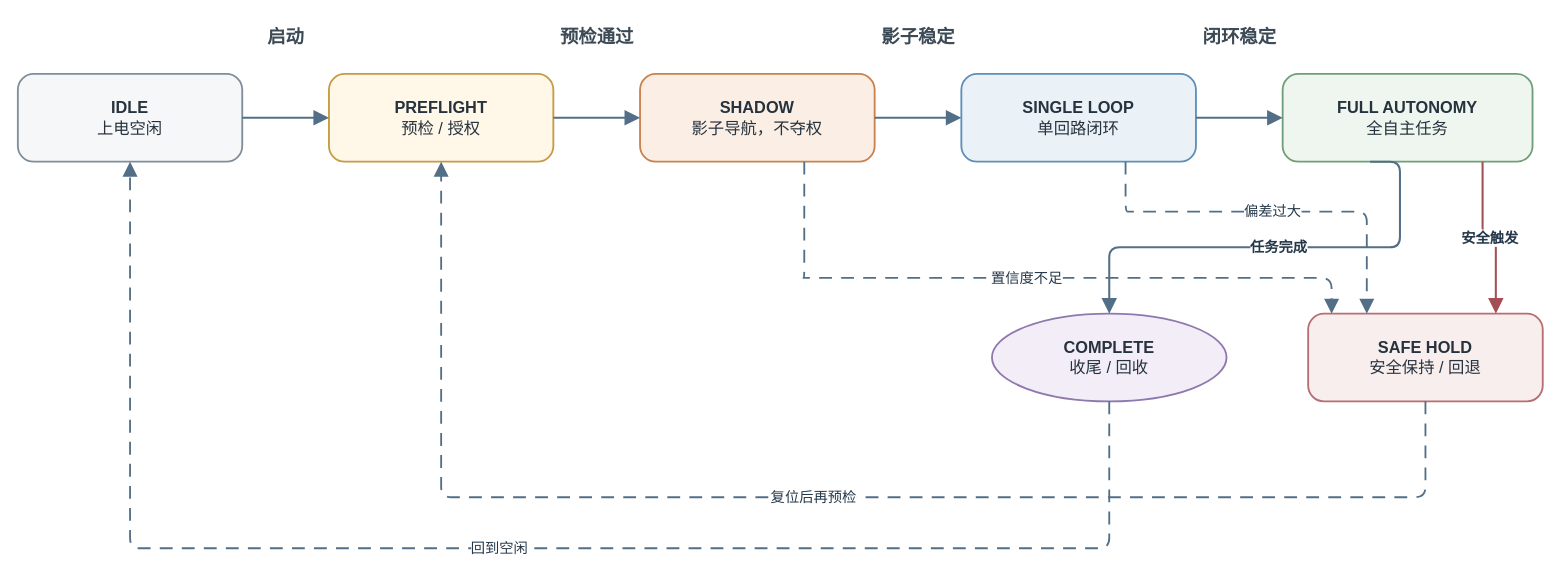
This is docs/thesis/figures/architecture/auv_v2_mission_state_machine.drawio from 360ZMEM/AUV-Master-Project, a draw.io file, before an edit. Source tidied: cells renumbered, new cells numbered last; positions are measured from the earlier drawing's top-left corner, leaving out a move shared by most shapes. Both pictures are drawn from the tidied source at 102%, with x=0, y=0 at pixel (17, 17).
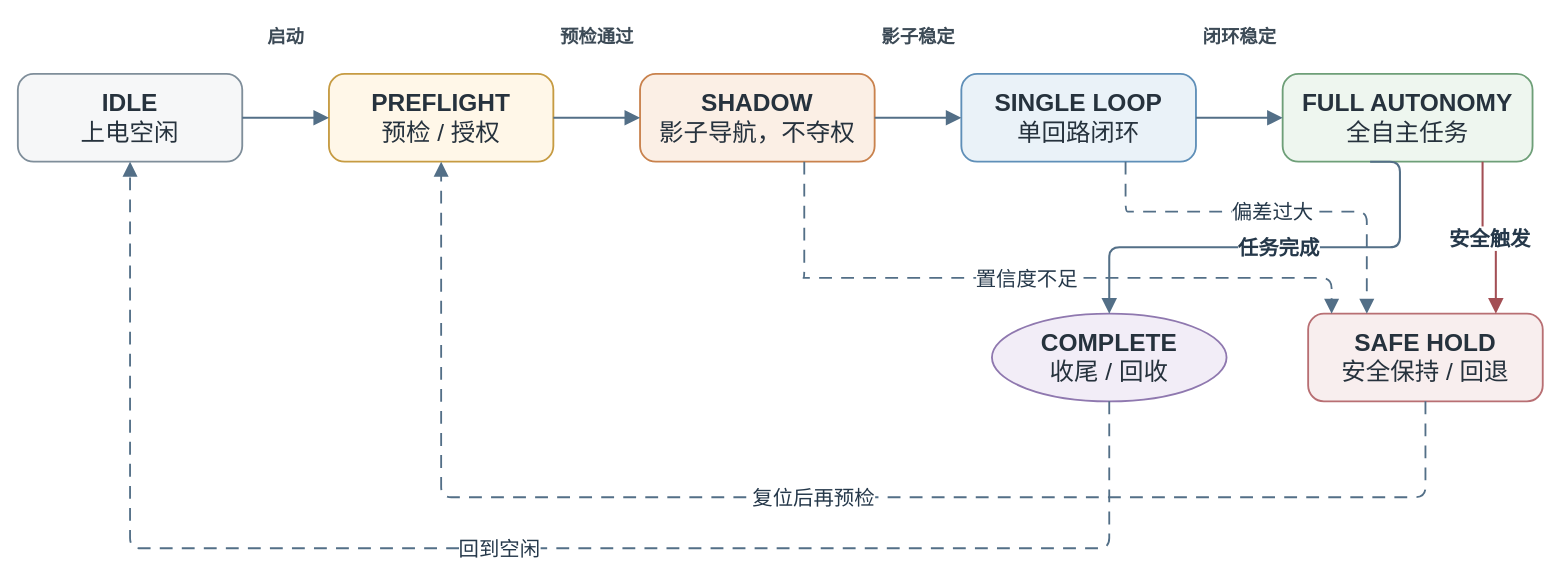
After the change.

Change to the diagram source:
```diff
@@
-    <mxCell id="2" value="&lt;b&gt;IDLE&lt;/b&gt;&lt;br&gt;上电空闲" style="rounded=1;arcSize=18;whiteSpace=wrap;html=1;align=center;verticalAlign=middle;fillColor=#F6F7F8;strokeColor=#7F8E9A;strokeWidth=1.8;spacing=8;fontFamily=Songti SC;fontSize=16;fontColor=#26323D;" parent="1" vertex="1">
+    <mxCell id="2" value="&lt;b&gt;IDLE&lt;/b&gt;&lt;br&gt;上电空闲" style="rounded=1;arcSize=18;whiteSpace=wrap;html=1;align=center;verticalAlign=middle;fillColor=#F6F7F8;strokeColor=#7F8E9A;strokeWidth=1.8;spacing=8;fontFamily=Songti SC;fontSize=24;fontColor=#26323D;" parent="1" vertex="1">
       <mxGeometry y="55" width="220" height="86" as="geometry" />
     </mxCell>
-    <mxCell id="3" value="&lt;b&gt;PREFLIGHT&lt;/b&gt;&lt;br&gt;预检 / 授权" style="rounded=1;arcSize=18;whiteSpace=wrap;html=1;align=center;verticalAlign=middle;fillColor=#FFF7E8;strokeColor=#C69B42;strokeWidth=1.8;spacing=8;fontFamily=Songti SC;fontSize=16;fontColor=#26323D;" parent="1" vertex="1">
+    <mxCell id="3" value="&lt;b&gt;PREFLIGHT&lt;/b&gt;&lt;br&gt;预检 / 授权" style="rounded=1;arcSize=18;whiteSpace=wrap;html=1;align=center;verticalAlign=middle;fillColor=#FFF7E8;strokeColor=#C69B42;strokeWidth=1.8;spacing=8;fontFamily=Songti SC;fontSize=24;fontColor=#26323D;" parent="1" vertex="1">
       <mxGeometry x="305" y="55" width="220" height="86" as="geometry" />
     </mxCell>
-    <mxCell id="4" value="&lt;b&gt;SHADOW&lt;/b&gt;&lt;br&gt;影子导航，不夺权" style="rounded=1;arcSize=18;whiteSpace=wrap;html=1;align=center;verticalAlign=middle;fillColor=#FBEFE5;strokeColor=#C9824D;strokeWidth=1.8;spacing=8;fontFamily=Songti SC;fontSize=16;fontColor=#26323D;" parent="1" vertex="1">
+    <mxCell id="4" value="&lt;b&gt;SHADOW&lt;/b&gt;&lt;br&gt;影子导航，不夺权" style="rounded=1;arcSize=18;whiteSpace=wrap;html=1;align=center;verticalAlign=middle;fillColor=#FBEFE5;strokeColor=#C9824D;strokeWidth=1.8;spacing=8;fontFamily=Songti SC;fontSize=24;fontColor=#26323D;" parent="1" vertex="1">
       <mxGeometry x="610" y="55" width="230" height="86" as="geometry" />
     </mxCell>
-    <mxCell id="5" value="&lt;b&gt;SINGLE LOOP&lt;/b&gt;&lt;br&gt;单回路闭环" style="rounded=1;arcSize=18;whiteSpace=wrap;html=1;align=center;verticalAlign=middle;fillColor=#EAF2F8;strokeColor=#5F8FB8;strokeWidth=1.8;spacing=8;fontFamily=Songti SC;fontSize=16;fontColor=#26323D;" parent="1" vertex="1">
+    <mxCell id="5" value="&lt;b&gt;SINGLE LOOP&lt;/b&gt;&lt;br&gt;单回路闭环" style="rounded=1;arcSize=18;whiteSpace=wrap;html=1;align=center;verticalAlign=middle;fillColor=#EAF2F8;strokeColor=#5F8FB8;strokeWidth=1.8;spacing=8;fontFamily=Songti SC;fontSize=24;fontColor=#26323D;" parent="1" vertex="1">
       <mxGeometry x="925" y="55" width="230" height="86" as="geometry" />
     </mxCell>
-    <mxCell id="6" value="&lt;b&gt;FULL AUTONOMY&lt;/b&gt;&lt;br&gt;全自主任务" style="rounded=1;arcSize=18;whiteSpace=wrap;html=1;align=center;verticalAlign=middle;fillColor=#EEF6EF;strokeColor=#6E9F78;strokeWidth=1.8;spacing=8;fontFamily=Songti SC;fontSize=16;fontColor=#26323D;" parent="1" vertex="1">
+    <mxCell id="6" value="&lt;b&gt;FULL AUTONOMY&lt;/b&gt;&lt;br&gt;全自主任务" style="rounded=1;arcSize=18;whiteSpace=wrap;html=1;align=center;verticalAlign=middle;fillColor=#EEF6EF;strokeColor=#6E9F78;strokeWidth=1.8;spacing=8;fontFamily=Songti SC;fontSize=24;fontColor=#26323D;" parent="1" vertex="1">
       <mxGeometry x="1240" y="55" width="245" height="86" as="geometry" />
     </mxCell>
-    <mxCell id="7" value="&lt;b&gt;COMPLETE&lt;/b&gt;&lt;br&gt;收尾 / 回收" style="ellipse;whiteSpace=wrap;html=1;align=center;verticalAlign=middle;fillColor=#F2EDF7;strokeColor=#8F78AF;strokeWidth=1.8;spacing=8;fontFamily=Songti SC;fontSize=16;fontColor=#26323D;" parent="1" vertex="1">
+    <mxCell id="7" value="&lt;b&gt;COMPLETE&lt;/b&gt;&lt;br&gt;收尾 / 回收" style="ellipse;whiteSpace=wrap;html=1;align=center;verticalAlign=middle;fillColor=#F2EDF7;strokeColor=#8F78AF;strokeWidth=1.8;spacing=8;fontFamily=Songti SC;fontSize=24;fontColor=#26323D;" parent="1" vertex="1">
       <mxGeometry x="955" y="290" width="230" height="86" as="geometry" />
     </mxCell>
-    <mxCell id="8" value="&lt;b&gt;SAFE HOLD&lt;/b&gt;&lt;br&gt;安全保持 / 回退" style="rounded=1;arcSize=18;whiteSpace=wrap;html=1;align=center;verticalAlign=middle;fillColor=#F8EEEE;strokeColor=#B86F73;strokeWidth=1.8;spacing=8;fontFamily=Songti SC;fontSize=16;fontColor=#26323D;" parent="1" vertex="1">
+    <mxCell id="8" value="&lt;b&gt;SAFE HOLD&lt;/b&gt;&lt;br&gt;安全保持 / 回退" style="rounded=1;arcSize=18;whiteSpace=wrap;html=1;align=center;verticalAlign=middle;fillColor=#F8EEEE;strokeColor=#B86F73;strokeWidth=1.8;spacing=8;fontFamily=Songti SC;fontSize=24;fontColor=#26323D;" parent="1" vertex="1">
       <mxGeometry x="1265" y="290" width="230" height="86" as="geometry" />
     </mxCell>
@@
-    <mxCell id="10" style="edgeStyle=orthogonalEdgeStyle;rounded=1;jettySize=auto;html=1;strokeColor=#536F87;strokeWidth=2.0;fontFamily=Songti SC;fontSize=14;fontStyle=1;fontColor=#25384A;labelBackgroundColor=#FFFFFF;labelBorderColor=none;endArrow=block;endFill=1;endSize=10;exitX=1;entryX=0;" parent="1" edge="1" source="2" target="3">
+    <mxCell id="10" style="edgeStyle=orthogonalEdgeStyle;rounded=1;jettySize=auto;html=1;strokeColor=#536F87;strokeWidth=2.0;fontFamily=Songti SC;fontSize=20;fontStyle=1;fontColor=#25384A;labelBackgroundColor=#FFFFFF;labelBorderColor=none;endArrow=block;endFill=1;endSize=10;exitX=1;entryX=0;" parent="1" edge="1" source="2" target="3">
       <mxGeometry relative="1" as="geometry" />
     </mxCell>
@@
-    <mxCell id="12" style="edgeStyle=orthogonalEdgeStyle;rounded=1;jettySize=auto;html=1;strokeColor=#536F87;strokeWidth=2.0;fontFamily=Songti SC;fontSize=14;fontStyle=1;fontColor=#25384A;labelBackgroundColor=#FFFFFF;labelBorderColor=none;endArrow=block;endFill=1;endSize=10;exitX=1;entryX=0;" parent="1" edge="1" source="3" target="4">
+    <mxCell id="12" style="edgeStyle=orthogonalEdgeStyle;rounded=1;jettySize=auto;html=1;strokeColor=#536F87;strokeWidth=2.0;fontFamily=Songti SC;fontSize=20;fontStyle=1;fontColor=#25384A;labelBackgroundColor=#FFFFFF;labelBorderColor=none;endArrow=block;endFill=1;endSize=10;exitX=1;entryX=0;" parent="1" edge="1" source="3" target="4">
       <mxGeometry relative="1" as="geometry" />
     </mxCell>
@@
-    <mxCell id="14" style="edgeStyle=orthogonalEdgeStyle;rounded=1;jettySize=auto;html=1;strokeColor=#536F87;strokeWidth=2.0;fontFamily=Songti SC;fontSize=14;fontStyle=1;fontColor=#25384A;labelBackgroundColor=#FFFFFF;labelBorderColor=none;endArrow=block;endFill=1;endSize=10;exitX=1;entryX=0;" parent="1" edge="1" source="4" target="5">
+    <mxCell id="14" style="edgeStyle=orthogonalEdgeStyle;rounded=1;jettySize=auto;html=1;strokeColor=#536F87;strokeWidth=2.0;fontFamily=Songti SC;fontSize=20;fontStyle=1;fontColor=#25384A;labelBackgroundColor=#FFFFFF;labelBorderColor=none;endArrow=block;endFill=1;endSize=10;exitX=1;entryX=0;" parent="1" edge="1" source="4" target="5">
       <mxGeometry relative="1" as="geometry" />
     </mxCell>
@@
-    <mxCell id="16" style="edgeStyle=orthogonalEdgeStyle;rounded=1;jettySize=auto;html=1;strokeColor=#536F87;strokeWidth=2.0;fontFamily=Songti SC;fontSize=14;fontStyle=1;fontColor=#25384A;labelBackgroundColor=#FFFFFF;labelBorderColor=none;endArrow=block;endFill=1;endSize=10;exitX=1;entryX=0;" parent="1" edge="1" source="5" target="6">
+    <mxCell id="16" style="edgeStyle=orthogonalEdgeStyle;rounded=1;jettySize=auto;html=1;strokeColor=#536F87;strokeWidth=2.0;fontFamily=Songti SC;fontSize=20;fontStyle=1;fontColor=#25384A;labelBackgroundColor=#FFFFFF;labelBorderColor=none;endArrow=block;endFill=1;endSize=10;exitX=1;entryX=0;" parent="1" edge="1" source="5" target="6">
       <mxGeometry relative="1" as="geometry" />
     </mxCell>
-    <mxCell id="17" value="任务完成" style="edgeStyle=orthogonalEdgeStyle;rounded=1;jettySize=auto;html=1;strokeColor=#536F87;strokeWidth=2.0;fontFamily=Songti SC;fontSize=14;fontStyle=1;fontColor=#25384A;labelBackgroundColor=#FFFFFF;labelBorderColor=none;endArrow=block;endFill=1;endSize=10;exitX=0.35;exitY=1;entryX=0.5;entryY=0;" parent="1" edge="1" source="6" target="7">
+    <mxCell id="17" value="任务完成" style="edgeStyle=orthogonalEdgeStyle;rounded=1;jettySize=auto;html=1;strokeColor=#536F87;strokeWidth=2.0;fontFamily=Songti SC;fontSize=20;fontStyle=1;fontColor=#25384A;labelBackgroundColor=#FFFFFF;labelBorderColor=none;endArrow=block;endFill=1;endSize=10;exitX=0.35;exitY=1;entryX=0.5;entryY=0;" parent="1" edge="1" source="6" target="7">
       <mxGeometry relative="1" as="geometry">
         <Array as="points">
           <mxPoint x="1355" y="225" />
           <mxPoint x="1070" y="225" />
         </Array>
       </mxGeometry>
     </mxCell>
-    <mxCell id="18" value="安全触发" style="edgeStyle=orthogonalEdgeStyle;rounded=1;jettySize=auto;html=1;strokeColor=#A34F55;strokeWidth=2.0;fontFamily=Songti SC;fontSize=14;fontStyle=1;fontColor=#25384A;labelBackgroundColor=#FFFFFF;labelBorderColor=none;endArrow=block;endFill=1;endSize=10;exitX=0.8;exitY=1;entryX=0.8;entryY=0;" parent="1" edge="1" source="6" target="8">
+    <mxCell id="18" value="安全触发" style="edgeStyle=orthogonalEdgeStyle;rounded=1;jettySize=auto;html=1;strokeColor=#A34F55;strokeWidth=2.0;fontFamily=Songti SC;fontSize=20;fontStyle=1;fontColor=#25384A;labelBackgroundColor=#FFFFFF;labelBorderColor=none;endArrow=block;endFill=1;endSize=10;exitX=0.8;exitY=1;entryX=0.8;entryY=0;" parent="1" edge="1" source="6" target="8">
       <mxGeometry relative="1" as="geometry" />
     </mxCell>
-    <mxCell id="19" value="偏差过大" style="edgeStyle=orthogonalEdgeStyle;rounded=1;jettySize=auto;html=1;strokeColor=#536F87;strokeWidth=1.8;fontFamily=Songti SC;fontSize=14;fontColor=#25384A;labelBackgroundColor=#FFFFFF;labelBorderColor=none;endArrow=block;endFill=1;endSize=10;dashed=1;dashPattern=7 5;exitX=0.7;exitY=1;entryX=0.25;entryY=0;" parent="1" edge="1" source="5" target="8">
+    <mxCell id="19" value="偏差过大" style="edgeStyle=orthogonalEdgeStyle;rounded=1;jettySize=auto;html=1;strokeColor=#536F87;strokeWidth=1.8;fontFamily=Songti SC;fontSize=20;fontColor=#25384A;labelBackgroundColor=#FFFFFF;labelBorderColor=none;endArrow=block;endFill=1;endSize=10;dashed=1;dashPattern=7 5;exitX=0.7;exitY=1;entryX=0.25;entryY=0;" parent="1" edge="1" source="5" target="8">
       <mxGeometry relative="1" as="geometry">
         <Array as="points">
           <mxPoint x="1090" y="190" />
           <mxPoint x="1380" y="190" />
         </Array>
       </mxGeometry>
     </mxCell>
-    <mxCell id="20" value="置信度不足" style="edgeStyle=orthogonalEdgeStyle;rounded=1;jettySize=auto;html=1;strokeColor=#536F87;strokeWidth=1.8;fontFamily=Songti SC;fontSize=14;fontColor=#25384A;labelBackgroundColor=#FFFFFF;labelBorderColor=none;endArrow=block;endFill=1;endSize=10;dashed=1;dashPattern=7 5;exitX=0.7;exitY=1;entryX=0.1;entryY=0;" parent="1" edge="1" source="4" target="8">
+    <mxCell id="20" value="置信度不足" style="edgeStyle=orthogonalEdgeStyle;rounded=1;jettySize=auto;html=1;strokeColor=#536F87;strokeWidth=1.8;fontFamily=Songti SC;fontSize=20;fontColor=#25384A;labelBackgroundColor=#FFFFFF;labelBorderColor=none;endArrow=block;endFill=1;endSize=10;dashed=1;dashPattern=7 5;exitX=0.7;exitY=1;entryX=0.1;entryY=0;" parent="1" edge="1" source="4" target="8">
       <mxGeometry relative="1" as="geometry">
         <Array as="points">
           <mxPoint x="770" y="255" />
           <mxPoint x="1295" y="255" />
         </Array>
       </mxGeometry>
     </mxCell>
-    <mxCell id="21" value="复位后再预检" style="edgeStyle=orthogonalEdgeStyle;rounded=1;jettySize=auto;html=1;strokeColor=#536F87;strokeWidth=1.8;fontFamily=Songti SC;fontSize=14;fontColor=#25384A;labelBackgroundColor=#FFFFFF;labelBorderColor=none;endArrow=block;endFill=1;endSize=10;dashed=1;dashPattern=7 5;exitX=0.5;exitY=1;entryX=0.5;entryY=1;" parent="1" edge="1" source="8" target="3">
+    <mxCell id="21" value="复位后再预检" style="edgeStyle=orthogonalEdgeStyle;rounded=1;jettySize=auto;html=1;strokeColor=#536F87;strokeWidth=1.8;fontFamily=Songti SC;fontSize=20;fontColor=#25384A;labelBackgroundColor=#FFFFFF;labelBorderColor=none;endArrow=block;endFill=1;endSize=10;dashed=1;dashPattern=7 5;exitX=0.5;exitY=1;entryX=0.5;entryY=1;" parent="1" edge="1" source="8" target="3">
       <mxGeometry relative="1" as="geometry">
         <Array as="points">
           <mxPoint x="1380" y="470" />
           <mxPoint x="415" y="470" />
         </Array>
       </mxGeometry>
     </mxCell>
-    <mxCell id="22" value="回到空闲" style="edgeStyle=orthogonalEdgeStyle;rounded=1;jettySize=auto;html=1;strokeColor=#536F87;strokeWidth=1.8;fontFamily=Songti SC;fontSize=14;fontColor=#25384A;labelBackgroundColor=#FFFFFF;labelBorderColor=none;endArrow=block;endFill=1;endSize=10;dashed=1;dashPattern=7 5;exitX=0.5;exitY=1;entryX=0.5;entryY=1;" parent="1" edge="1" source="7" target="2">
+    <mxCell id="22" value="回到空闲" style="edgeStyle=orthogonalEdgeStyle;rounded=1;jettySize=auto;html=1;strokeColor=#536F87;strokeWidth=1.8;fontFamily=Songti SC;fontSize=20;fontColor=#25384A;labelBackgroundColor=#FFFFFF;labelBorderColor=none;endArrow=block;endFill=1;endSize=10;dashed=1;dashPattern=7 5;exitX=0.5;exitY=1;entryX=0.5;entryY=1;" parent="1" edge="1" source="7" target="2">
       <mxGeometry relative="1" as="geometry">
         <Array as="points">
           <mxPoint x="1070" y="520" />
           <mxPoint x="110" y="520" />
         </Array>
       </mxGeometry>
     </mxCell>
```
